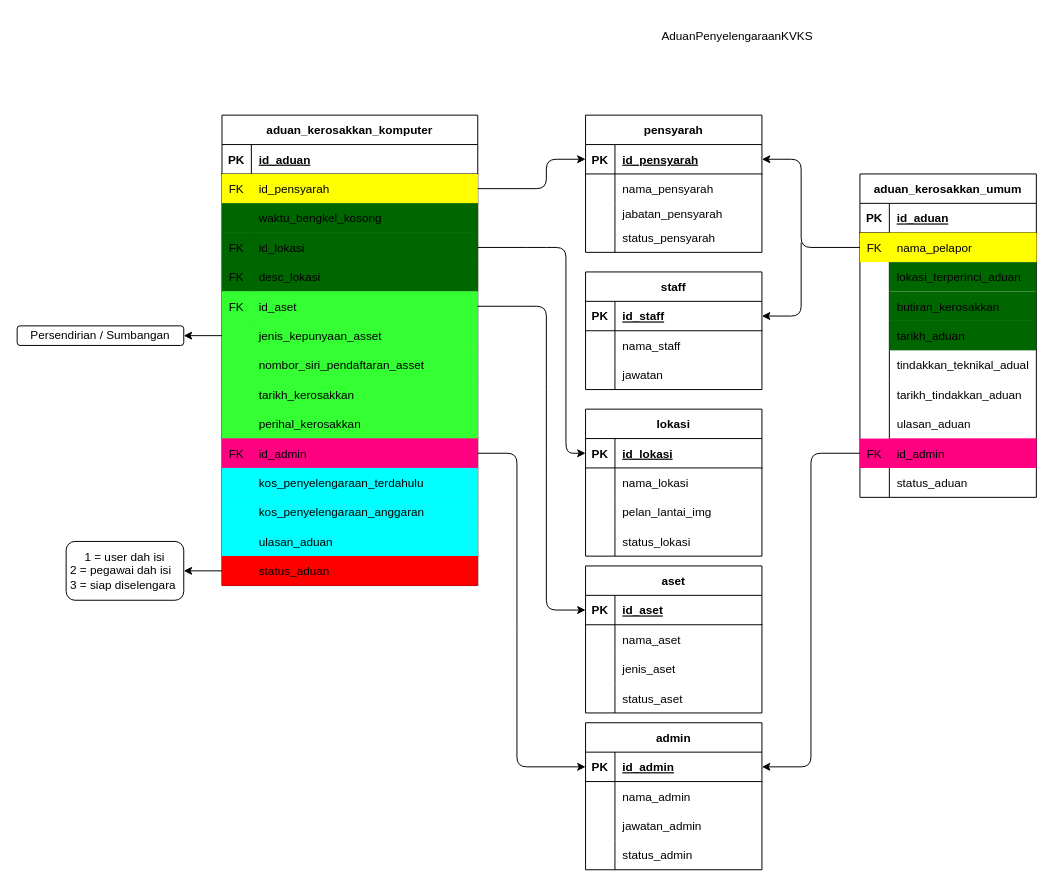
Danialdev01/AduanPenyelengaraanKVKS keeps this draw.io diagram as src/documentation/erd.drawio. Above is the earlier version. Source tidied: cells renumbered, new cells numbered last; positions are measured from the earlier drawing's top-left corner, leaving out a move shared by most shapes. Both pictures are drawn from the tidied source at 98%, with x=0, y=0 at pixel (17, 17).
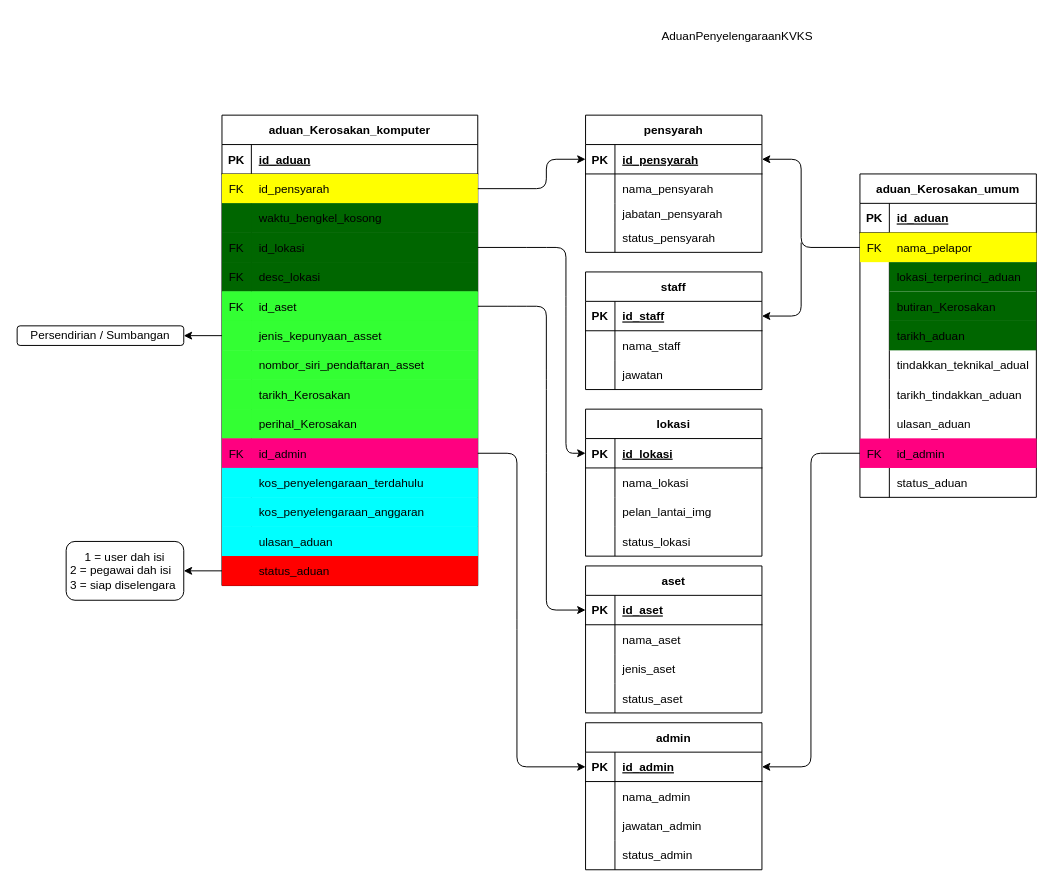
After the change.

The change refers to these unchanged cells:
```xml
<mxCell id="29" style="shape=tableRow;horizontal=0;startSize=0;swimlaneHead=0;swimlaneBody=0;fillColor=#33FF33;top=0;left=0;right=0;bottom=0;" parent="4" vertex="1">
  <mxGeometry y="270" width="261" height="30" as="geometry" />
</mxCell>
<mxCell id="32" style="shape=tableRow;horizontal=0;startSize=0;swimlaneHead=0;swimlaneBody=0;fillColor=#33FF33;top=0;left=0;right=0;bottom=0;" parent="4" vertex="1">
  <mxGeometry y="300" width="261" height="30" as="geometry" />
</mxCell>
<mxCell id="119" style="shape=tableRow;horizontal=0;startSize=0;swimlaneHead=0;swimlaneBody=0;fillColor=none;top=0;left=0;right=0;bottom=0;" parent="109" vertex="1">
  <mxGeometry y="120" width="180" height="30" as="geometry" />
</mxCell>
```

The edit, as a diff of the source:
```diff
@@
-    <mxCell id="4" value="aduan_kerosakkan_komputer" style="shape=table;startSize=30;childLayout=tableLayout;rowLines=0;fontStyle=1;align=center;" parent="1" vertex="1">
+    <mxCell id="4" value="aduan_Kerosakan_komputer" style="shape=table;startSize=30;childLayout=tableLayout;rowLines=0;fontStyle=1;align=center;" parent="1" vertex="1">
       <mxGeometry x="209" y="100" width="261" height="480" as="geometry" />
     </mxCell>
@@
-    <mxCell id="31" value="tarikh_kerosakkan" style="shape=partialRectangle;fillColor=#33FF33;top=0;left=0;bottom=0;right=0;align=left;spacingLeft=6;overflow=hidden;" parent="29" vertex="1">
+    <mxCell id="31" value="tarikh_Kerosakan" style="shape=partialRectangle;fillColor=#33FF33;top=0;left=0;bottom=0;right=0;align=left;spacingLeft=6;overflow=hidden;" parent="29" vertex="1">
       <mxGeometry x="30" width="231" height="30" as="geometry" />
     </mxCell>
@@
-    <mxCell id="34" value="perihal_kerosakkan" style="shape=partialRectangle;fillColor=#33FF33;top=0;left=0;bottom=0;right=0;align=left;spacingLeft=6;overflow=hidden;" parent="32" vertex="1">
+    <mxCell id="34" value="perihal_Kerosakan" style="shape=partialRectangle;fillColor=#33FF33;top=0;left=0;bottom=0;right=0;align=left;spacingLeft=6;overflow=hidden;" parent="32" vertex="1">
       <mxGeometry x="30" width="231" height="30" as="geometry" />
     </mxCell>
@@
-    <mxCell id="109" value="aduan_kerosakkan_umum" style="shape=table;startSize=30;childLayout=tableLayout;rowLines=0;fontStyle=1;align=center;" parent="1" vertex="1">
+    <mxCell id="109" value="aduan_Kerosakan_umum" style="shape=table;startSize=30;childLayout=tableLayout;rowLines=0;fontStyle=1;align=center;" parent="1" vertex="1">
       <mxGeometry x="860" y="160" width="180" height="330" as="geometry" />
     </mxCell>
@@
-    <mxCell id="121" value="butiran_kerosakkan" style="shape=partialRectangle;fillColor=#006600;top=0;left=0;bottom=0;right=0;align=left;spacingLeft=6;overflow=hidden;" parent="119" vertex="1">
+    <mxCell id="121" value="butiran_Kerosakan" style="shape=partialRectangle;fillColor=#006600;top=0;left=0;bottom=0;right=0;align=left;spacingLeft=6;overflow=hidden;" parent="119" vertex="1">
       <mxGeometry x="30" width="150" height="30" as="geometry" />
     </mxCell>
```
